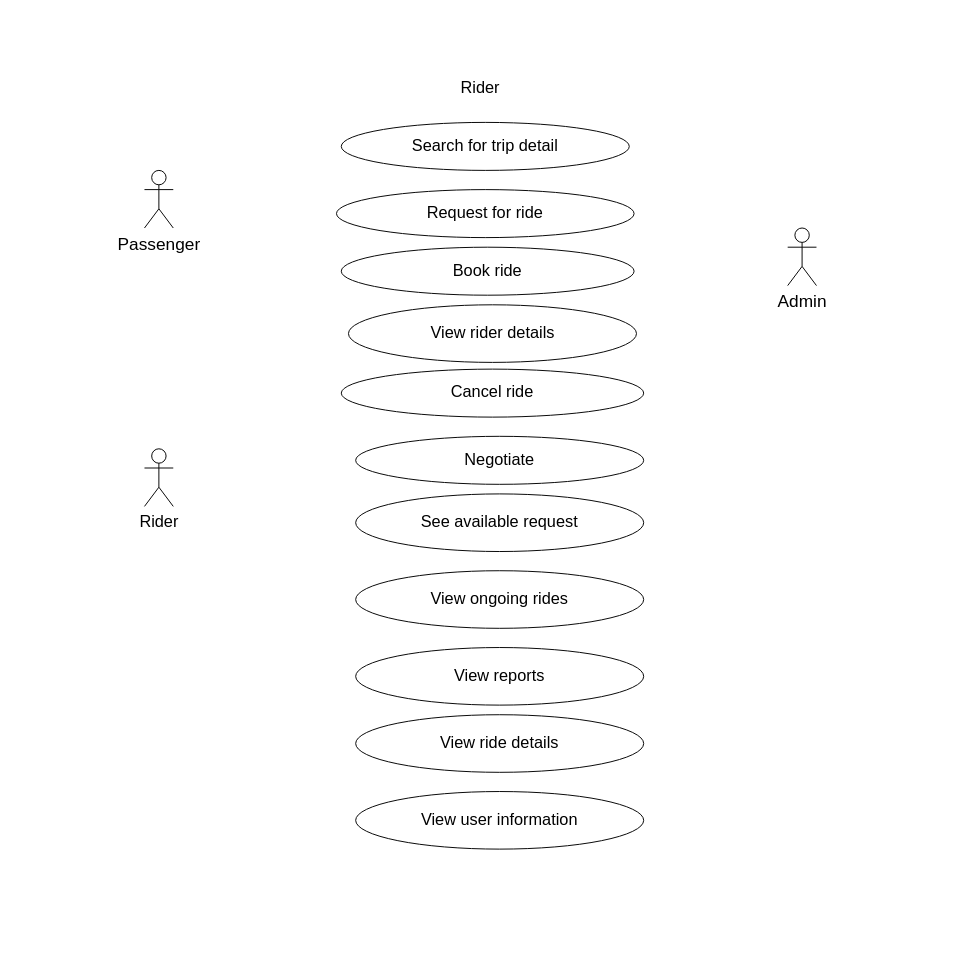
Above: figures/Untitled Diagram.drawio in mallaji/drawio (draw.io), before the change. Source tidied: cells renumbered, new cells numbered last; positions are measured from the earlier drawing's top-left corner, leaving out a move shared by most shapes. Both pictures are drawn from the tidied source at 96%, with x=0, y=0 at pixel (144, 74).
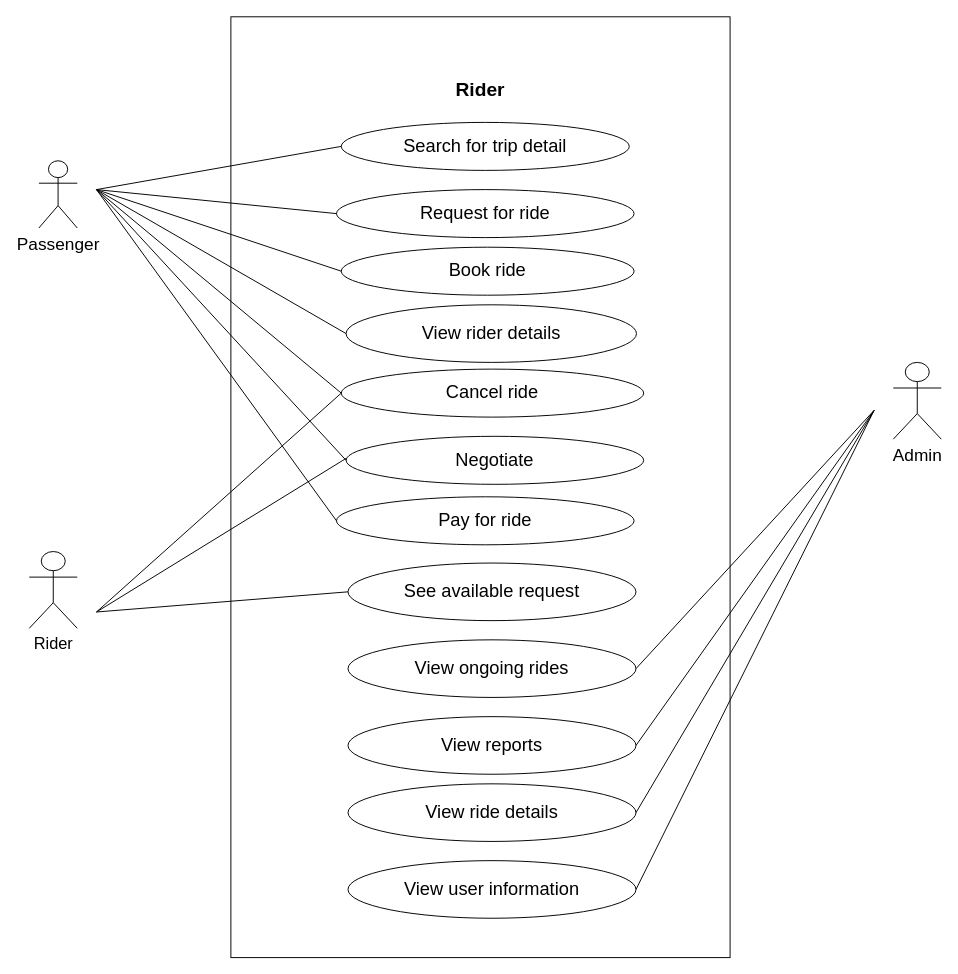
Above is the later version.

The edit, as a diff of the source:
```diff
@@
-    <mxCell id="2" value="&lt;font style=&quot;font-size: 17px&quot;&gt;Rider&lt;/font&gt;" style="text;html=1;strokeColor=none;fillColor=none;align=center;verticalAlign=middle;whiteSpace=wrap;rounded=0;" parent="1" vertex="1">
+    <mxCell id="2" value="&lt;font style=&quot;font-size: 20px&quot;&gt;&lt;b&gt;Rider&lt;/b&gt;&lt;/font&gt;" style="text;html=1;strokeColor=none;fillColor=none;align=center;verticalAlign=middle;whiteSpace=wrap;rounded=0;" parent="1" vertex="1">
       <mxGeometry x="320" width="60" height="30" as="geometry" />
     </mxCell>
     <mxCell id="3" value="&lt;font style=&quot;font-size: 18px&quot;&gt;Passenger&lt;/font&gt;" style="shape=umlActor;verticalLabelPosition=bottom;verticalAlign=top;html=1;fillColor=none;" parent="1" vertex="1">
-      <mxGeometry y="100" width="30" height="60" as="geometry" />
+      <mxGeometry x="-110" y="90" width="40" height="70" as="geometry" />
     </mxCell>
     <mxCell id="4" value="&lt;font style=&quot;font-size: 18px&quot;&gt;Admin&lt;/font&gt;" style="shape=umlActor;verticalLabelPosition=bottom;verticalAlign=top;html=1;fillColor=none;" parent="1" vertex="1">
-      <mxGeometry x="670" y="160" width="30" height="60" as="geometry" />
+      <mxGeometry x="780" y="300" width="50" height="80" as="geometry" />
     </mxCell>
     <mxCell id="5" value="&lt;font style=&quot;font-size: 17px&quot;&gt;Rider&lt;/font&gt;" style="shape=umlActor;verticalLabelPosition=bottom;verticalAlign=top;html=1;fillColor=none;" parent="1" vertex="1">
-      <mxGeometry y="390" width="30" height="60" as="geometry" />
+      <mxGeometry x="-120" y="497" width="50" height="80" as="geometry" />
     </mxCell>
-    <mxCell id="6" value="&lt;font style=&quot;font-size: 17px&quot;&gt;Request for ride&lt;/font&gt;" style="ellipse;whiteSpace=wrap;html=1;fillColor=none;" parent="1" vertex="1">
+    <mxCell id="6" value="&lt;font style=&quot;font-size: 19px&quot;&gt;Request for ride&lt;/font&gt;" style="ellipse;whiteSpace=wrap;html=1;fillColor=none;" parent="1" vertex="1">
       <mxGeometry x="200" y="120" width="310" height="50" as="geometry" />
     </mxCell>
-    <mxCell id="7" value="&lt;span style=&quot;font-size: 17px&quot;&gt;Search for trip detail&lt;/span&gt;" style="ellipse;whiteSpace=wrap;html=1;fillColor=none;" parent="1" vertex="1">
+    <mxCell id="7" value="&lt;font style=&quot;font-size: 19px&quot;&gt;Search for trip detail&lt;/font&gt;" style="ellipse;whiteSpace=wrap;html=1;fillColor=none;" parent="1" vertex="1">
       <mxGeometry x="205" y="50" width="300" height="50" as="geometry" />
     </mxCell>
-    <mxCell id="8" value="&lt;span style=&quot;font-size: 17px&quot;&gt;Book ride&lt;/span&gt;" style="ellipse;whiteSpace=wrap;html=1;fillColor=none;" parent="1" vertex="1">
+    <mxCell id="8" value="&lt;font style=&quot;font-size: 19px&quot;&gt;Book ride&lt;/font&gt;" style="ellipse;whiteSpace=wrap;html=1;fillColor=none;" parent="1" vertex="1">
       <mxGeometry x="205" y="180" width="305" height="50" as="geometry" />
     </mxCell>
-    <mxCell id="9" value="&lt;font style=&quot;font-size: 17px&quot;&gt;Cancel ride&lt;/font&gt;" style="ellipse;whiteSpace=wrap;html=1;fillColor=none;" parent="1" vertex="1">
+    <mxCell id="9" value="&lt;font style=&quot;font-size: 19px&quot;&gt;Cancel ride&lt;/font&gt;" style="ellipse;whiteSpace=wrap;html=1;fillColor=none;" parent="1" vertex="1">
       <mxGeometry x="205" y="307" width="315" height="50" as="geometry" />
     </mxCell>
-    <mxCell id="10" value="&lt;span style=&quot;font-size: 17px&quot;&gt;Negotiate&lt;/span&gt;" style="ellipse;whiteSpace=wrap;html=1;fillColor=none;" parent="1" vertex="1">
-      <mxGeometry x="220" y="377" width="300" height="50" as="geometry" />
+    <mxCell id="10" value="&lt;font style=&quot;font-size: 19px&quot;&gt;Negotiate&lt;/font&gt;" style="ellipse;whiteSpace=wrap;html=1;fillColor=none;" parent="1" vertex="1">
+      <mxGeometry x="210" y="377" width="310" height="50" as="geometry" />
     </mxCell>
-    <mxCell id="11" value="&lt;span style=&quot;font-size: 17px&quot;&gt;See available request&lt;/span&gt;" style="ellipse;whiteSpace=wrap;html=1;fillColor=none;" parent="1" vertex="1">
-      <mxGeometry x="220" y="437" width="300" height="60" as="geometry" />
+    <mxCell id="11" value="&lt;font style=&quot;font-size: 19px&quot;&gt;See available request&lt;/font&gt;" style="ellipse;whiteSpace=wrap;html=1;fillColor=none;" parent="1" vertex="1">
+      <mxGeometry x="212" y="509" width="300" height="60" as="geometry" />
     </mxCell>
-    <mxCell id="12" value="&lt;span style=&quot;font-size: 17px&quot;&gt;View ongoing rides&lt;/span&gt;" style="ellipse;whiteSpace=wrap;html=1;fillColor=none;" parent="1" vertex="1">
-      <mxGeometry x="220" y="517" width="300" height="60" as="geometry" />
+    <mxCell id="12" value="&lt;font style=&quot;font-size: 19px&quot;&gt;View ongoing rides&lt;/font&gt;" style="ellipse;whiteSpace=wrap;html=1;fillColor=none;" parent="1" vertex="1">
+      <mxGeometry x="212" y="589" width="300" height="60" as="geometry" />
     </mxCell>
-    <mxCell id="13" value="&lt;span style=&quot;font-size: 17px&quot;&gt;View reports&lt;/span&gt;" style="ellipse;whiteSpace=wrap;html=1;fillColor=none;" parent="1" vertex="1">
-      <mxGeometry x="220" y="597" width="300" height="60" as="geometry" />
+    <mxCell id="13" value="&lt;font style=&quot;font-size: 19px&quot;&gt;View reports&lt;/font&gt;" style="ellipse;whiteSpace=wrap;html=1;fillColor=none;" parent="1" vertex="1">
+      <mxGeometry x="212" y="669" width="300" height="60" as="geometry" />
     </mxCell>
-    <mxCell id="14" value="&lt;span style=&quot;font-size: 17px&quot;&gt;View ride details&lt;/span&gt;" style="ellipse;whiteSpace=wrap;html=1;fillColor=none;" parent="1" vertex="1">
-      <mxGeometry x="220" y="667" width="300" height="60" as="geometry" />
+    <mxCell id="14" value="&lt;font style=&quot;font-size: 19px&quot;&gt;View ride details&lt;/font&gt;" style="ellipse;whiteSpace=wrap;html=1;fillColor=none;" parent="1" vertex="1">
+      <mxGeometry x="212" y="739" width="300" height="60" as="geometry" />
     </mxCell>
-    <mxCell id="15" value="&lt;span style=&quot;font-size: 17px&quot;&gt;View user information&lt;/span&gt;" style="ellipse;whiteSpace=wrap;html=1;fillColor=none;" parent="1" vertex="1">
-      <mxGeometry x="220" y="747" width="300" height="60" as="geometry" />
+    <mxCell id="15" value="&lt;font style=&quot;font-size: 19px&quot;&gt;View user information&lt;/font&gt;" style="ellipse;whiteSpace=wrap;html=1;fillColor=none;" parent="1" vertex="1">
+      <mxGeometry x="212" y="819" width="300" height="60" as="geometry" />
     </mxCell>
-    <mxCell id="16" value="&lt;span style=&quot;font-size: 17px&quot;&gt;View rider details&lt;/span&gt;" style="ellipse;whiteSpace=wrap;html=1;fillColor=none;" parent="1" vertex="1">
-      <mxGeometry x="212.5" y="240" width="300" height="60" as="geometry" />
+    <mxCell id="16" value="&lt;font style=&quot;font-size: 19px&quot;&gt;View rider details&lt;/font&gt;" style="ellipse;whiteSpace=wrap;html=1;fillColor=none;" parent="1" vertex="1">
+      <mxGeometry x="210" y="240" width="302.5" height="60" as="geometry" />
     </mxCell>
+    <mxCell id="17" style="rounded=0;whiteSpace=wrap;html=1;fontSize=17;fillColor=none;" parent="1" vertex="1">
+      <mxGeometry x="90" y="-60" width="520" height="980" as="geometry" />
+    </mxCell>
+    <mxCell id="18" style="endArrow=none;html=1;rounded=0;fontSize=17;exitX=0;exitY=0.5;exitDx=0;exitDy=0;" parent="1" edge="1" source="6">
+      <mxGeometry relative="1" as="geometry">
+        <mxPoint x="-50" y="120" as="targetPoint" />
+      </mxGeometry>
+    </mxCell>
+    <mxCell id="19" style="endArrow=none;html=1;rounded=0;fontSize=17;exitX=0;exitY=0.5;exitDx=0;exitDy=0;" parent="1" edge="1" source="7">
+      <mxGeometry relative="1" as="geometry">
+        <mxPoint x="-50" y="120" as="targetPoint" />
+      </mxGeometry>
+    </mxCell>
+    <mxCell id="20" style="endArrow=none;html=1;rounded=0;fontSize=17;exitX=0;exitY=0.5;exitDx=0;exitDy=0;" parent="1" edge="1" source="8">
+      <mxGeometry relative="1" as="geometry">
+        <mxPoint x="-50" y="120" as="targetPoint" />
+      </mxGeometry>
+    </mxCell>
+    <mxCell id="21" style="endArrow=none;html=1;rounded=0;fontSize=17;exitX=0;exitY=0.5;exitDx=0;exitDy=0;" parent="1" edge="1" source="16">
+      <mxGeometry relative="1" as="geometry">
+        <mxPoint x="-50" y="120" as="targetPoint" />
+      </mxGeometry>
+    </mxCell>
+    <mxCell id="22" style="endArrow=none;html=1;rounded=0;fontSize=17;exitX=0;exitY=0.5;exitDx=0;exitDy=0;" parent="1" edge="1" source="29">
+      <mxGeometry relative="1" as="geometry">
+        <mxPoint x="-50" y="120" as="targetPoint" />
+      </mxGeometry>
+    </mxCell>
+    <mxCell id="23" style="endArrow=none;html=1;rounded=0;fontSize=17;exitX=0;exitY=0.5;exitDx=0;exitDy=0;" parent="1" edge="1" source="10">
+      <mxGeometry relative="1" as="geometry">
+        <mxPoint x="-50" y="120" as="targetPoint" />
+      </mxGeometry>
+    </mxCell>
+    <mxCell id="24" style="endArrow=none;html=1;rounded=0;fontSize=17;exitX=0;exitY=0.5;exitDx=0;exitDy=0;" parent="1" edge="1" source="9">
+      <mxGeometry relative="1" as="geometry">
+        <mxPoint x="-50" y="120" as="targetPoint" />
+      </mxGeometry>
+    </mxCell>
+    <mxCell id="25" style="endArrow=none;html=1;rounded=0;fontSize=17;entryX=1;entryY=0.5;entryDx=0;entryDy=0;" parent="1" edge="1" target="15">
+      <mxGeometry relative="1" as="geometry">
+        <mxPoint x="760" y="350" as="sourcePoint" />
+      </mxGeometry>
+    </mxCell>
+    <mxCell id="26" style="endArrow=none;html=1;rounded=0;fontSize=17;entryX=1;entryY=0.5;entryDx=0;entryDy=0;" parent="1" edge="1" target="14">
+      <mxGeometry relative="1" as="geometry">
+        <mxPoint x="760" y="350" as="sourcePoint" />
+      </mxGeometry>
+    </mxCell>
+    <mxCell id="27" style="endArrow=none;html=1;rounded=0;fontSize=17;entryX=1;entryY=0.5;entryDx=0;entryDy=0;" parent="1" edge="1" target="13">
+      <mxGeometry relative="1" as="geometry">
+        <mxPoint x="760" y="350" as="sourcePoint" />
+      </mxGeometry>
+    </mxCell>
+    <mxCell id="28" style="endArrow=none;html=1;rounded=0;fontSize=17;exitX=1;exitY=0.5;exitDx=0;exitDy=0;" parent="1" edge="1" source="12">
+      <mxGeometry relative="1" as="geometry">
+        <mxPoint x="760" y="350" as="targetPoint" />
+      </mxGeometry>
+    </mxCell>
+    <mxCell id="29" value="&lt;font style=&quot;font-size: 19px&quot;&gt;Pay for ride&lt;/font&gt;" style="ellipse;whiteSpace=wrap;html=1;fillColor=none;" parent="1" vertex="1">
+      <mxGeometry x="200" y="440" width="310" height="50" as="geometry" />
+    </mxCell>
+    <mxCell id="30" style="endArrow=none;html=1;rounded=0;fontSize=17;entryX=0;entryY=0.5;entryDx=0;entryDy=0;" parent="1" edge="1" target="9">
+      <mxGeometry relative="1" as="geometry">
+        <mxPoint x="-50" y="560" as="sourcePoint" />
+      </mxGeometry>
+    </mxCell>
+    <mxCell id="31" style="endArrow=none;html=1;rounded=0;fontSize=17;exitX=0;exitY=0.5;exitDx=0;exitDy=0;" parent="1" edge="1" source="11">
+      <mxGeometry relative="1" as="geometry">
+        <mxPoint x="-50" y="560" as="targetPoint" />
+      </mxGeometry>
+    </mxCell>
+    <mxCell id="32" style="endArrow=none;html=1;rounded=0;fontSize=17;" parent="1" edge="1">
+      <mxGeometry relative="1" as="geometry">
+        <mxPoint x="210" y="400" as="sourcePoint" />
+        <mxPoint x="-50" y="560" as="targetPoint" />
+      </mxGeometry>
+    </mxCell>
```
